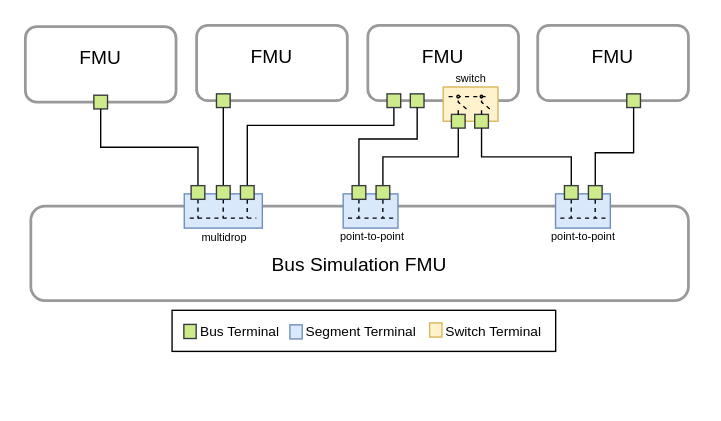
modelica/fmi-ls-bus keeps this draw.io diagram as docs/images/ethernet_topology_switch_inside_FMU.drawio. Above is the earlier version. Source tidied: cells renumbered, new cells numbered last; positions are measured from the earlier drawing's top-left corner, leaving out a move shared by most shapes. Both pictures are drawn from the tidied source at 137%, with x=0, y=0 at pixel (25, 25).
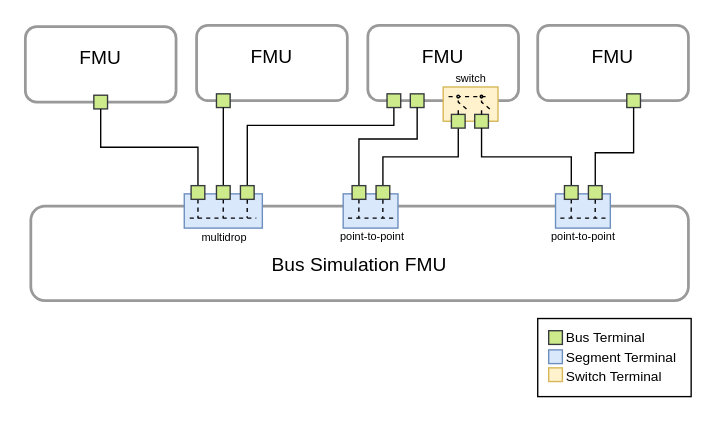
The same page after the edit.

Commit message (it also covers changes not shown here):
Working on "Ethernet Topologies" chapter

Change to the diagram source:
```diff
@@
-    <mxCell id="61" style="rounded=0;whiteSpace=wrap;html=1;" parent="1" vertex="1">
-      <mxGeometry x="107.1" y="208" width="280" height="30" as="geometry" />
-    </mxCell>
+    <mxCell id="68" style="group;" parent="1" vertex="1">
+      <mxGeometry x="374" y="213" width="117" height="58" as="geometry" />
+    </mxCell>
+    <mxCell id="69" style="rounded=0;whiteSpace=wrap;html=1;" parent="68" vertex="1">
+      <mxGeometry y="1" width="112" height="57" as="geometry" />
+    </mxCell>
-    <mxCell id="62" value="Bus Terminal" style="text;html=1;align=left;verticalAlign=middle;strokeColor=none;fillColor=none;fontSize=10;" parent="1" vertex="1">
-      <mxGeometry x="125.5" y="208" width="80" height="30" as="geometry" />
+    <mxCell id="62" value="Bus Terminal" style="text;html=1;align=left;verticalAlign=middle;strokeColor=none;fillColor=none;fontSize=10;" parent="68" vertex="1">
+      <mxGeometry x="19" width="80" height="30" as="geometry" />
     </mxCell>
-    <mxCell id="63" style="rounded=0;whiteSpace=wrap;html=1;fillColor=#cdeb8b;strokeColor=#36393d;" parent="1" vertex="1">
-      <mxGeometry x="115.7" y="218.3" width="9" height="10.3" as="geometry" />
-    </mxCell>
-    <mxCell id="64" style="rounded=0;whiteSpace=wrap;html=1;fillColor=#dae8fc;strokeColor=#6c8ebf;" parent="1" vertex="1">
-      <mxGeometry x="193.1" y="218.6" width="9" height="10.3" as="geometry" />
-    </mxCell>
-    <mxCell id="65" style="rounded=0;whiteSpace=wrap;html=1;fillColor=#fff2cc;strokeColor=#d6b656;" parent="1" vertex="1">
-      <mxGeometry x="295.1" y="217.2" width="9" height="10.3" as="geometry" />
-    </mxCell>
+    <mxCell id="70" style="rounded=0;whiteSpace=wrap;html=1;fillColor=#cdeb8b;strokeColor=#36393d;" parent="68" vertex="1">
+      <mxGeometry x="8" y="9.9" width="10" height="10" as="geometry" />
+    </mxCell>
+    <mxCell id="71" style="rounded=0;whiteSpace=wrap;html=1;fillColor=#dae8fc;strokeColor=#6c8ebf;" parent="68" vertex="1">
+      <mxGeometry x="8" y="23.9" width="10" height="10" as="geometry" />
+    </mxCell>
+    <mxCell id="72" style="rounded=0;whiteSpace=wrap;html=1;fillColor=#fff2cc;strokeColor=#d6b656;" parent="68" vertex="1">
+      <mxGeometry x="8" y="37" width="10" height="10" as="geometry" />
+    </mxCell>
-    <mxCell id="66" value="Switch Terminal" style="text;html=1;align=left;verticalAlign=middle;strokeColor=none;fillColor=none;fontSize=10;" parent="1" vertex="1">
-      <mxGeometry x="304.9" y="211" width="88" height="24" as="geometry" />
+    <mxCell id="66" value="Switch Terminal" style="text;html=1;align=left;verticalAlign=middle;strokeColor=none;fillColor=none;fontSize=10;" parent="68" vertex="1">
+      <mxGeometry x="19" y="31" width="88" height="24" as="geometry" />
     </mxCell>
-    <mxCell id="67" value="Segment Terminal" style="text;html=1;align=left;verticalAlign=middle;strokeColor=none;fillColor=none;fontSize=10;" parent="1" vertex="1">
-      <mxGeometry x="202.9" y="211.4" width="98" height="24" as="geometry" />
+    <mxCell id="67" value="Segment Terminal" style="text;html=1;align=left;verticalAlign=middle;strokeColor=none;fillColor=none;fontSize=10;" parent="68" vertex="1">
+      <mxGeometry x="19" y="16.9" width="98" height="24" as="geometry" />
     </mxCell>
```
